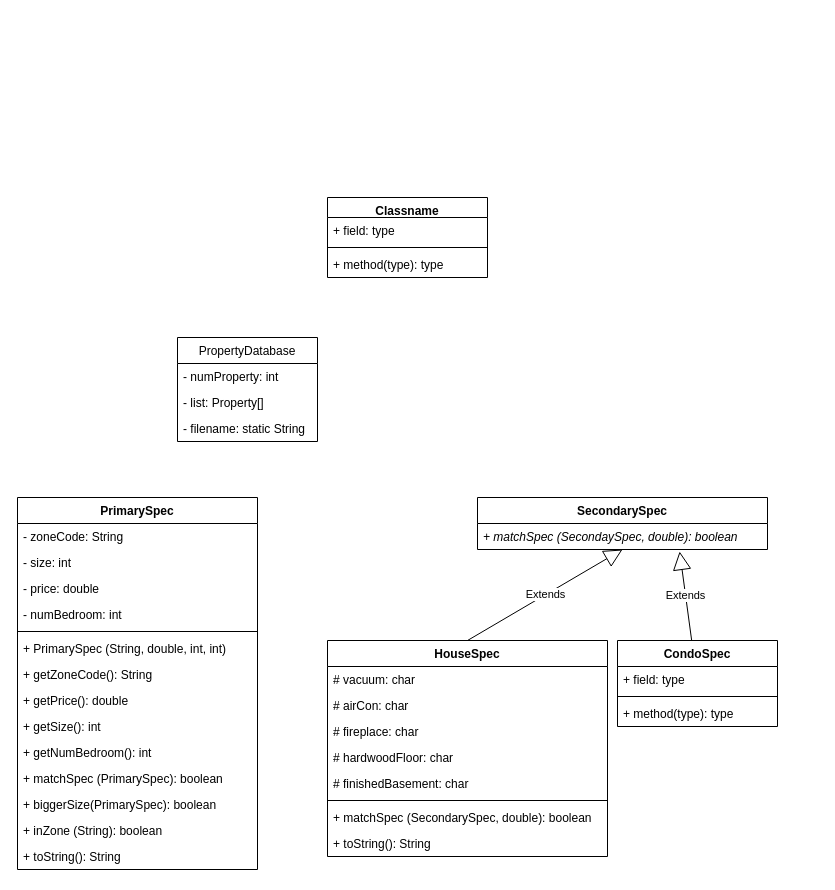
This is OOP/RealtyDatabase/RealtyDatabase.drawio from wang-owen/ICS4U, a draw.io file, before an edit. Source tidied: cells renumbered, new cells numbered last; positions are measured from the earlier drawing's top-left corner, leaving out a move shared by most shapes. Both pictures are drawn from the tidied source at 100%, with x=0, y=0 at pixel (17, 197).
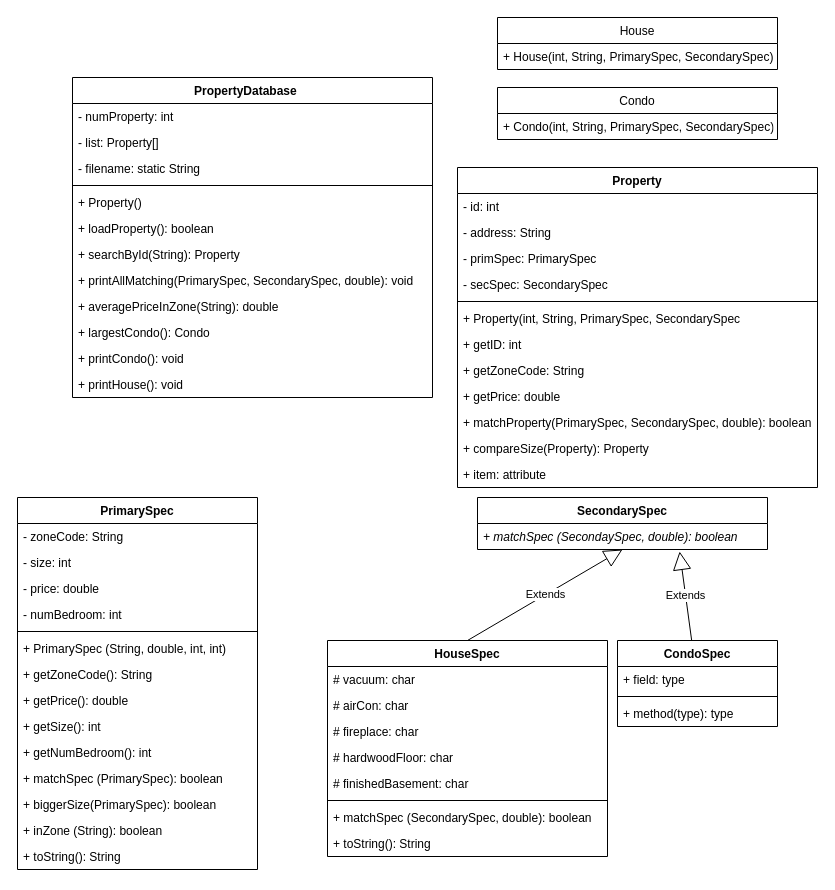
Above is the later version.

Diff of the diagram source:
```diff
@@
-    <mxCell id="17" value="Classname" style="swimlane;fontStyle=1;align=center;verticalAlign=top;horizontal=1;startSize=20;" parent="1" vertex="1">
-      <mxGeometry x="310" width="160" height="80" as="geometry" />
-    </mxCell>
-    <mxCell id="18" value="+ field: type" style="text;strokeColor=none;fillColor=none;align=left;verticalAlign=top;spacingLeft=4;spacingRight=4;overflow=hidden;" parent="17" vertex="1">
-      <mxGeometry y="20" width="160" height="26" as="geometry" />
-    </mxCell>
-    <mxCell id="19" style="line;strokeWidth=1;fillColor=none;align=left;verticalAlign=middle;spacingTop=-1;spacingLeft=3;spacingRight=3;labelPosition=right;strokeColor=inherit;" parent="17" vertex="1">
-      <mxGeometry y="46" width="160" height="8" as="geometry" />
-    </mxCell>
-    <mxCell id="20" value="+ method(type): type" style="text;strokeColor=none;fillColor=none;align=left;verticalAlign=top;spacingLeft=4;spacingRight=4;overflow=hidden;" parent="17" vertex="1">
-      <mxGeometry y="54" width="160" height="26" as="geometry" />
-    </mxCell>
@@
-    <mxCell id="23" value="PropertyDatabase" style="swimlane;fontStyle=0;horizontal=1;startSize=26;fillColor=none;" parent="1" vertex="1">
-      <mxGeometry x="160" y="140" width="140" height="104" as="geometry" />
-    </mxCell>
-    <mxCell id="24" value="- numProperty: int" style="text;strokeColor=none;fillColor=none;align=left;verticalAlign=top;spacingLeft=4;spacingRight=4;overflow=hidden;" parent="23" vertex="1">
-      <mxGeometry y="26" width="140" height="26" as="geometry" />
-    </mxCell>
-    <mxCell id="25" value="- list: Property[]" style="text;strokeColor=none;fillColor=none;align=left;verticalAlign=top;spacingLeft=4;spacingRight=4;overflow=hidden;" parent="23" vertex="1">
-      <mxGeometry y="52" width="140" height="26" as="geometry" />
-    </mxCell>
-    <mxCell id="26" value="- filename: static String" style="text;strokeColor=none;fillColor=none;align=left;verticalAlign=top;spacingLeft=4;spacingRight=4;overflow=hidden;" parent="23" vertex="1">
-      <mxGeometry y="78" width="140" height="26" as="geometry" />
-    </mxCell>
@@
+    <mxCell id="23" value="PropertyDatabase    " style="swimlane;fontStyle=1;align=center;verticalAlign=top;horizontal=1;startSize=26;" parent="1" vertex="1">
+      <mxGeometry x="55" y="-120" width="360" height="320" as="geometry" />
+    </mxCell>
+    <mxCell id="24" value="- numProperty: int" style="text;strokeColor=none;fillColor=none;align=left;verticalAlign=top;spacingLeft=4;spacingRight=4;overflow=hidden;" parent="23" vertex="1">
+      <mxGeometry y="26" width="360" height="26" as="geometry" />
+    </mxCell>
+    <mxCell id="25" value="- list: Property[]" style="text;strokeColor=none;fillColor=none;align=left;verticalAlign=top;spacingLeft=4;spacingRight=4;overflow=hidden;" parent="23" vertex="1">
+      <mxGeometry y="52" width="360" height="26" as="geometry" />
+    </mxCell>
+    <mxCell id="26" value="- filename: static String" style="text;strokeColor=none;fillColor=none;align=left;verticalAlign=top;spacingLeft=4;spacingRight=4;overflow=hidden;" parent="23" vertex="1">
+      <mxGeometry y="78" width="360" height="26" as="geometry" />
+    </mxCell>
+    <mxCell id="42" style="line;strokeWidth=1;fillColor=none;align=left;verticalAlign=middle;spacingTop=-1;spacingLeft=3;spacingRight=3;labelPosition=right;" parent="23" vertex="1">
+      <mxGeometry y="104" width="360" height="8" as="geometry" />
+    </mxCell>
+    <mxCell id="43" value="+ Property()" style="text;strokeColor=none;fillColor=none;align=left;verticalAlign=top;spacingLeft=4;spacingRight=4;overflow=hidden;" parent="23" vertex="1">
+      <mxGeometry y="112" width="360" height="26" as="geometry" />
+    </mxCell>
+    <mxCell id="44" value="+ loadProperty(): boolean" style="text;strokeColor=none;fillColor=none;align=left;verticalAlign=top;spacingLeft=4;spacingRight=4;overflow=hidden;" parent="23" vertex="1">
+      <mxGeometry y="138" width="360" height="26" as="geometry" />
+    </mxCell>
+    <mxCell id="45" value="+ searchById(String): Property" style="text;strokeColor=none;fillColor=none;align=left;verticalAlign=top;spacingLeft=4;spacingRight=4;overflow=hidden;" parent="23" vertex="1">
+      <mxGeometry y="164" width="360" height="26" as="geometry" />
+    </mxCell>
+    <mxCell id="46" value="+ printAllMatching(PrimarySpec, SecondarySpec, double): void" style="text;strokeColor=none;fillColor=none;align=left;verticalAlign=top;spacingLeft=4;spacingRight=4;overflow=hidden;" parent="23" vertex="1">
+      <mxGeometry y="190" width="360" height="26" as="geometry" />
+    </mxCell>
+    <mxCell id="47" value="+ averagePriceInZone(String): double" style="text;strokeColor=none;fillColor=none;align=left;verticalAlign=top;spacingLeft=4;spacingRight=4;overflow=hidden;" parent="23" vertex="1">
+      <mxGeometry y="216" width="360" height="26" as="geometry" />
+    </mxCell>
+    <mxCell id="48" value="+ largestCondo(): Condo" style="text;strokeColor=none;fillColor=none;align=left;verticalAlign=top;spacingLeft=4;spacingRight=4;overflow=hidden;" parent="23" vertex="1">
+      <mxGeometry y="242" width="360" height="26" as="geometry" />
+    </mxCell>
+    <mxCell id="49" value="+ printCondo(): void" style="text;strokeColor=none;fillColor=none;align=left;verticalAlign=top;spacingLeft=4;spacingRight=4;overflow=hidden;" parent="23" vertex="1">
+      <mxGeometry y="268" width="360" height="26" as="geometry" />
+    </mxCell>
+    <mxCell id="50" value="+ printHouse(): void" style="text;strokeColor=none;fillColor=none;align=left;verticalAlign=top;spacingLeft=4;spacingRight=4;overflow=hidden;" parent="23" vertex="1">
+      <mxGeometry y="294" width="360" height="26" as="geometry" />
+    </mxCell>
+    <mxCell id="51" value="House" style="swimlane;fontStyle=0;horizontal=1;startSize=26;fillColor=none;" parent="1" vertex="1">
+      <mxGeometry x="480" y="-180" width="280" height="52" as="geometry" />
+    </mxCell>
+    <mxCell id="52" value="+ House(int, String, PrimarySpec, SecondarySpec)" style="text;strokeColor=none;fillColor=none;align=left;verticalAlign=top;spacingLeft=4;spacingRight=4;overflow=hidden;" parent="51" vertex="1">
+      <mxGeometry y="26" width="280" height="26" as="geometry" />
+    </mxCell>
+    <mxCell id="53" value="Condo" style="swimlane;fontStyle=0;horizontal=1;startSize=26;fillColor=none;" parent="1" vertex="1">
+      <mxGeometry x="480" y="-110" width="280" height="52" as="geometry" />
+    </mxCell>
+    <mxCell id="54" value="+ Condo(int, String, PrimarySpec, SecondarySpec)" style="text;strokeColor=none;fillColor=none;align=left;verticalAlign=top;spacingLeft=4;spacingRight=4;overflow=hidden;" parent="53" vertex="1">
+      <mxGeometry y="26" width="280" height="26" as="geometry" />
+    </mxCell>
+    <mxCell id="55" value="Property" style="swimlane;fontStyle=1;align=center;verticalAlign=top;horizontal=1;startSize=26;" parent="1" vertex="1">
+      <mxGeometry x="440" y="-30" width="360" height="320" as="geometry" />
+    </mxCell>
+    <mxCell id="56" value="- id: int" style="text;strokeColor=none;fillColor=none;align=left;verticalAlign=top;spacingLeft=4;spacingRight=4;overflow=hidden;" parent="55" vertex="1">
+      <mxGeometry y="26" width="360" height="26" as="geometry" />
+    </mxCell>
+    <mxCell id="57" value="- address: String" style="text;strokeColor=none;fillColor=none;align=left;verticalAlign=top;spacingLeft=4;spacingRight=4;overflow=hidden;" parent="55" vertex="1">
+      <mxGeometry y="52" width="360" height="26" as="geometry" />
+    </mxCell>
+    <mxCell id="58" value="- primSpec: PrimarySpec" style="text;strokeColor=none;fillColor=none;align=left;verticalAlign=top;spacingLeft=4;spacingRight=4;overflow=hidden;" parent="55" vertex="1">
+      <mxGeometry y="78" width="360" height="26" as="geometry" />
+    </mxCell>
+    <mxCell id="59" value="- secSpec: SecondarySpec" style="text;strokeColor=none;fillColor=none;align=left;verticalAlign=top;spacingLeft=4;spacingRight=4;overflow=hidden;" parent="55" vertex="1">
+      <mxGeometry y="104" width="360" height="26" as="geometry" />
+    </mxCell>
+    <mxCell id="60" style="line;strokeWidth=1;fillColor=none;align=left;verticalAlign=middle;spacingTop=-1;spacingLeft=3;spacingRight=3;labelPosition=right;" parent="55" vertex="1">
+      <mxGeometry y="130" width="360" height="8" as="geometry" />
+    </mxCell>
+    <mxCell id="61" value="+ Property(int, String, PrimarySpec, SecondarySpec" style="text;strokeColor=none;fillColor=none;align=left;verticalAlign=top;spacingLeft=4;spacingRight=4;overflow=hidden;" parent="55" vertex="1">
+      <mxGeometry y="138" width="360" height="26" as="geometry" />
+    </mxCell>
+    <mxCell id="62" value="+ getID: int" style="text;strokeColor=none;fillColor=none;align=left;verticalAlign=top;spacingLeft=4;spacingRight=4;overflow=hidden;" parent="55" vertex="1">
+      <mxGeometry y="164" width="360" height="26" as="geometry" />
+    </mxCell>
+    <mxCell id="63" value="+ getZoneCode: String" style="text;strokeColor=none;fillColor=none;align=left;verticalAlign=top;spacingLeft=4;spacingRight=4;overflow=hidden;" parent="55" vertex="1">
+      <mxGeometry y="190" width="360" height="26" as="geometry" />
+    </mxCell>
+    <mxCell id="64" value="+ getPrice: double" style="text;strokeColor=none;fillColor=none;align=left;verticalAlign=top;spacingLeft=4;spacingRight=4;overflow=hidden;" parent="55" vertex="1">
+      <mxGeometry y="216" width="360" height="26" as="geometry" />
+    </mxCell>
+    <mxCell id="65" value="+ matchProperty(PrimarySpec, SecondarySpec, double): boolean" style="text;strokeColor=none;fillColor=none;align=left;verticalAlign=top;spacingLeft=4;spacingRight=4;overflow=hidden;" parent="55" vertex="1">
+      <mxGeometry y="242" width="360" height="26" as="geometry" />
+    </mxCell>
+    <mxCell id="66" value="+ compareSize(Property): Property" style="text;strokeColor=none;fillColor=none;align=left;verticalAlign=top;spacingLeft=4;spacingRight=4;overflow=hidden;" parent="55" vertex="1">
+      <mxGeometry y="268" width="360" height="26" as="geometry" />
+    </mxCell>
+    <mxCell id="67" value="+ item: attribute" style="text;strokeColor=none;fillColor=none;align=left;verticalAlign=top;spacingLeft=4;spacingRight=4;overflow=hidden;" parent="55" vertex="1">
+      <mxGeometry y="294" width="360" height="26" as="geometry" />
+    </mxCell>
```
